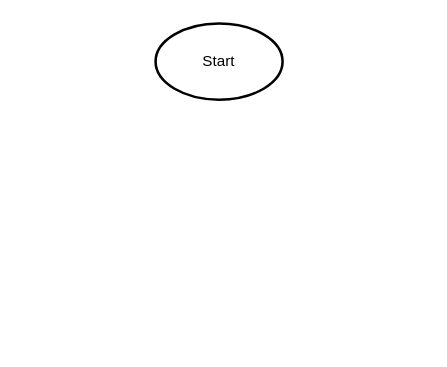
Earlier version of the draw.io diagram ArregloNuumerosPares.drawio (AnthonyLozadaAlexander/DiagramaDeFlujos). Source tidied: cells renumbered, new cells numbered last; positions are measured from the earlier drawing's top-left corner, leaving out a move shared by most shapes. Both pictures are drawn from the tidied source at 127%, with x=0, y=0 at pixel (155, 23).
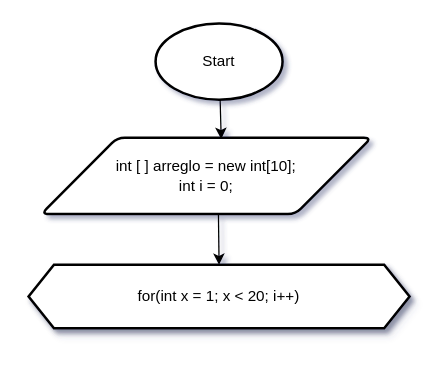
After the change.

Commit message:
Actualizar diagrama de flujo para inicializar un arreglo de números, mejorando la estructura y visualización de elementos.

The edit, as a diff of the source:
```diff
@@
-<mxGraphModel>
+<mxGraphModel shadow="1">
   <root>
     <mxCell id="0" />
     <mxCell id="1" parent="0" />
     <mxCell id="2" value="Start" style="strokeWidth=2;html=1;shape=mxgraph.flowchart.start_1;whiteSpace=wrap;" parent="1" vertex="1">
       <mxGeometry width="100" height="60" as="geometry" />
     </mxCell>
+    <mxCell id="3" value="int [ ] arreglo = new int[10];&lt;div&gt;int i = 0;&lt;/div&gt;" style="shape=parallelogram;html=1;strokeWidth=2;perimeter=parallelogramPerimeter;whiteSpace=wrap;rounded=1;arcSize=12;size=0.23;" parent="1" vertex="1">
+      <mxGeometry x="-90" y="90" width="260" height="60" as="geometry" />
+    </mxCell>
+    <mxCell id="4" style="edgeStyle=none;html=1;entryX=0.545;entryY=0.016;entryDx=0;entryDy=0;entryPerimeter=0;" parent="1" edge="1" source="2" target="3">
+      <mxGeometry relative="1" as="geometry" />
+    </mxCell>
+    <mxCell id="5" value="for(int x = 1; x &amp;lt; 20; i++)" style="shape=hexagon;perimeter=hexagonPerimeter2;whiteSpace=wrap;html=1;fixedSize=1;strokeWidth=2;textShadow=0;shadow=1;" parent="1" vertex="1">
+      <mxGeometry x="-100" y="190" width="300" height="50" as="geometry" />
+    </mxCell>
+    <mxCell id="6" style="edgeStyle=none;html=1;entryX=0.5;entryY=0;entryDx=0;entryDy=0;" parent="1" edge="1" target="5">
+      <mxGeometry relative="1" as="geometry">
+        <mxPoint x="49.5" y="150" as="sourcePoint" />
+      </mxGeometry>
+    </mxCell>
   </root>
 </mxGraphModel>
```
